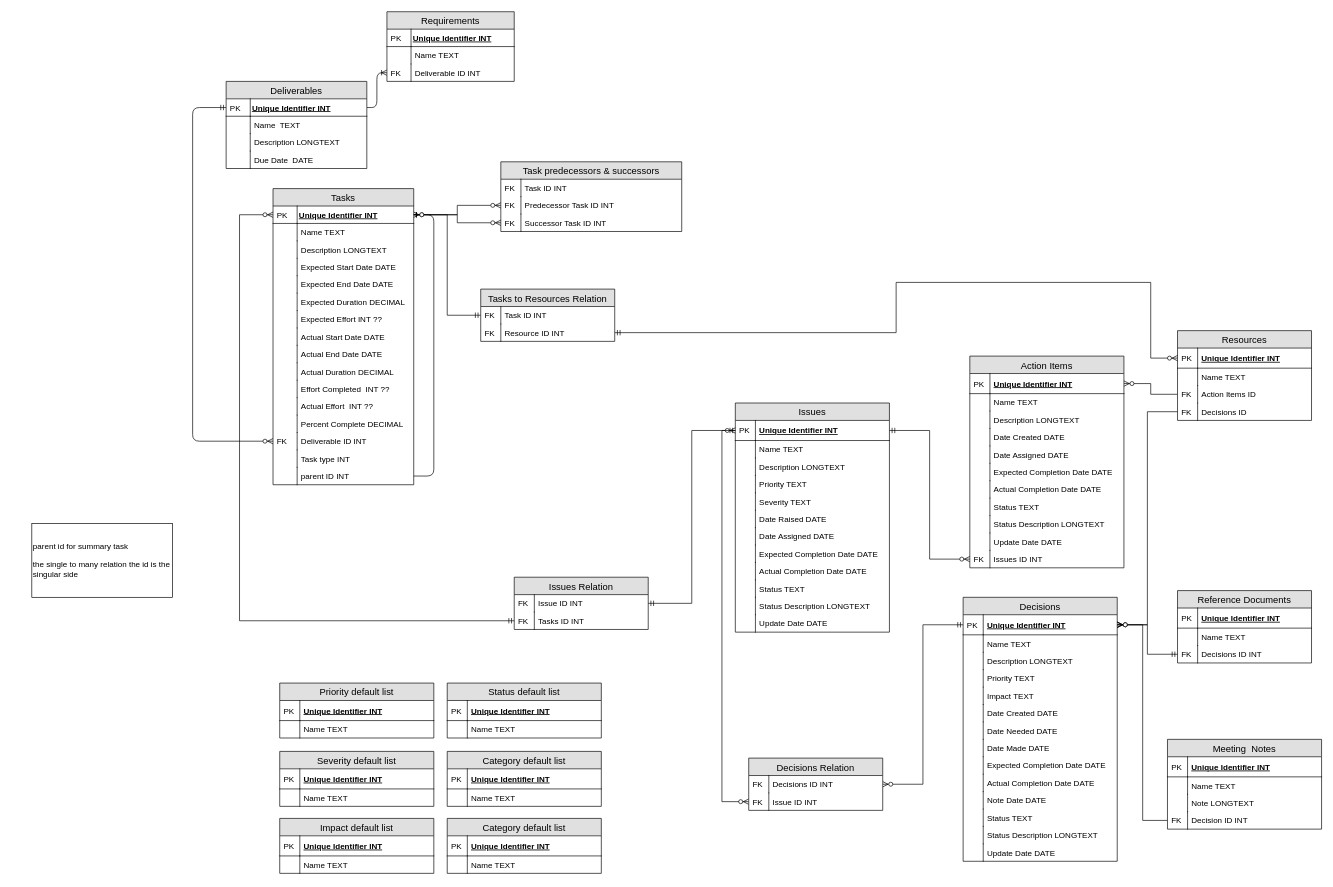
The draw.io diagram ERD.drawio in alicebalayan/comp380---project3, before the edit. Source tidied: cells renumbered, new cells numbered last; positions are measured from the earlier drawing's top-left corner, leaving out a move shared by most shapes. Both pictures are drawn from the tidied source at 67%, with x=0, y=0 at pixel (31, 11).
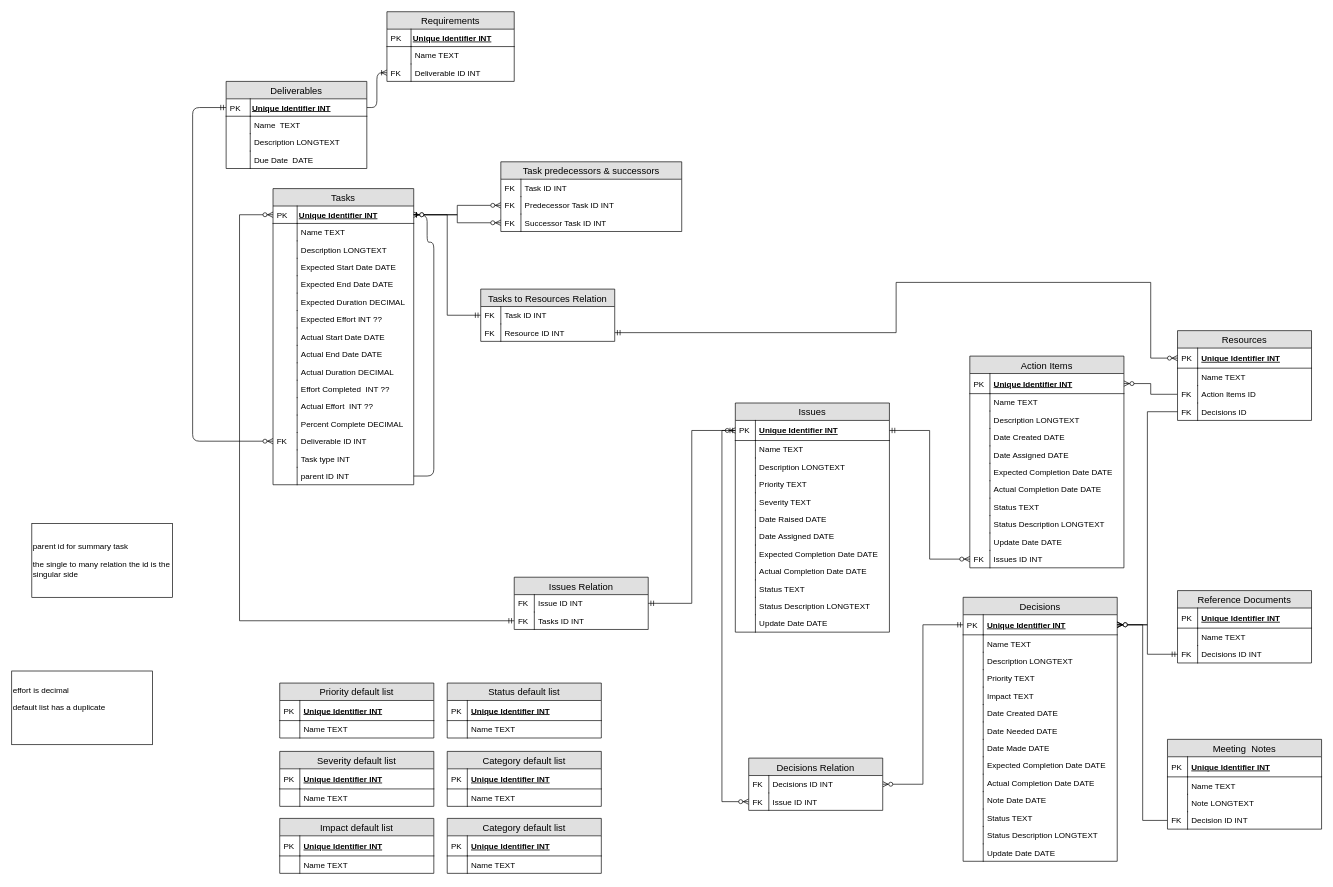
The same page after the edit.

The change refers to these unchanged cells:
```xml
<mxCell id="93" value="Tasks" style="swimlane;fontStyle=0;horizontal=1;startSize=26;fontSize=14;fillColor=#e0e0e0;swimlaneFillColor=#ffffff;" parent="1" vertex="1">
  <mxGeometry x="360" y="264" width="210" height="442" as="geometry" />
</mxCell>
<mxCell id="94" value="Unique Identifier INT" style="shape=partialRectangle;top=0;left=0;right=0;bottom=1;align=left;verticalAlign=middle;fillColor=none;spacingLeft=37;spacingRight=4;overflow=hidden;points=[[0,0.5],[1,0.5]];portConstraint=eastwest;fontStyle=5;" parent="93" vertex="1">
  <mxGeometry y="26" width="210" height="26" as="geometry" />
</mxCell>
<mxCell id="124" value="parent ID INT" style="shape=partialRectangle;top=0;left=0;right=0;bottom=0;align=left;verticalAlign=top;fillColor=none;spacingLeft=40;spacingRight=4;overflow=hidden;points=[[0,0.5],[1,0.5]];portConstraint=eastwest;rounded=0;shadow=0;strokeWidth=1;" parent="93" vertex="1">
  <mxGeometry y="416" width="210" height="26" as="geometry" />
</mxCell>
```

Change to the diagram source:
```diff
@@
     <mxCell id="126" style="fontSize=12;html=1;endArrow=ERzeroToOne;endFill=1;elbow=vertical;exitX=1;exitY=0.5;exitDx=0;exitDy=0;edgeStyle=orthogonalEdgeStyle;entryX=1;entryY=0.5;entryDx=0;entryDy=0;" parent="93" edge="1" source="124" target="94">
       <mxGeometry relative="1" as="geometry">
         <Array as="points">
           <mxPoint x="240" y="429" />
-          <mxPoint x="240" y="39" />
+          <mxPoint x="240" y="80" />
+          <mxPoint x="230" y="80" />
+          <mxPoint x="230" y="39" />
         </Array>
       </mxGeometry>
     </mxCell>
@@
+    <mxCell id="222" value="&lt;p class=&quot;Paragraph&quot;&gt;effort is decimal&amp;nbsp;&lt;/p&gt;&lt;p class=&quot;Paragraph&quot;&gt;default list has a duplicate&lt;/p&gt;&lt;p class=&quot;Paragraph&quot;&gt;&lt;br&gt;&lt;/p&gt;" style="rounded=0;whiteSpace=wrap;html=1;align=left;" parent="1" vertex="1">
+      <mxGeometry x="-30" y="984" width="210" height="110" as="geometry" />
+    </mxCell>
```
